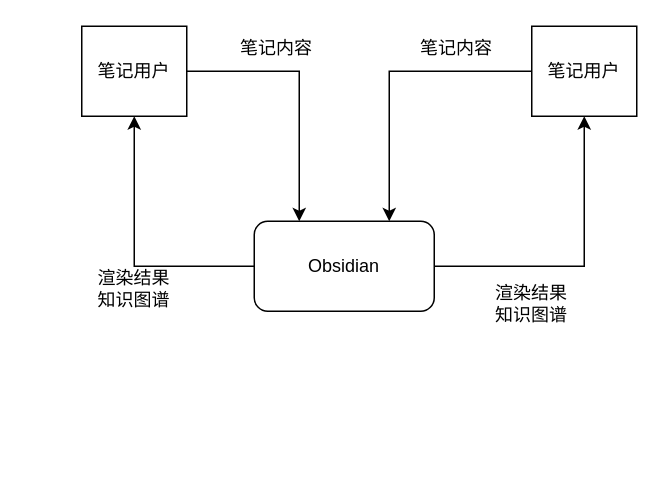
The draw.io diagram obsidian上下文图.drawio in xiangluanliang/xiangluanliang.github.io, before the edit. Source tidied: cells renumbered, new cells numbered last; positions are measured from the earlier drawing's top-left corner, leaving out a move shared by most shapes. Both pictures are drawn from the tidied source at 150%, with x=0, y=0 at pixel (81, 26).
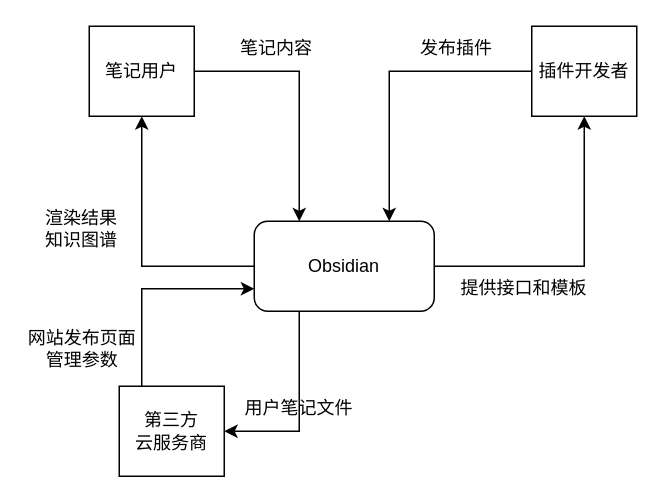
The same diagram, later.

The change refers to these unchanged cells:
```xml
<mxCell id="2" value="Obsidian" style="rounded=1;whiteSpace=wrap;html=1;" parent="1" vertex="1">
  <mxGeometry x="115" y="130" width="120" height="60" as="geometry" />
</mxCell>
```

The edit, as a diff of the source:
```diff
@@
     <mxCell id="3" value="笔记用户" style="rounded=0;whiteSpace=wrap;html=1;" parent="1" vertex="1">
-      <mxGeometry width="70" height="60" as="geometry" />
+      <mxGeometry x="5" width="70" height="60" as="geometry" />
     </mxCell>
@@
     <mxCell id="6" style="endArrow=classic;html=1;rounded=0;exitX=0;exitY=0.5;exitDx=0;exitDy=0;entryX=0.5;entryY=1;entryDx=0;entryDy=0;" parent="1" edge="1" source="2" target="3">
       <mxGeometry relative="1" as="geometry">
         <Array as="points">
-          <mxPoint x="35" y="160" />
+          <mxPoint x="40" y="160" />
         </Array>
       </mxGeometry>
     </mxCell>
     <mxCell id="7" value="渲染结果&lt;div&gt;知识图谱&lt;/div&gt;" style="text;html=1;align=center;verticalAlign=middle;whiteSpace=wrap;rounded=0;" parent="1" vertex="1">
-      <mxGeometry x="5" y="160" width="60" height="30" as="geometry" />
+      <mxGeometry x="-30" y="120" width="60" height="30" as="geometry" />
     </mxCell>
-    <mxCell id="8" value="笔记用户" style="rounded=0;whiteSpace=wrap;html=1;" parent="1" vertex="1">
+    <mxCell id="8" value="插件开发者" style="rounded=0;whiteSpace=wrap;html=1;" parent="1" vertex="1">
       <mxGeometry x="300" width="70" height="60" as="geometry" />
     </mxCell>
@@
-    <mxCell id="10" value="笔记内容" style="text;html=1;align=center;verticalAlign=middle;whiteSpace=wrap;rounded=0;" parent="1" vertex="1">
+    <mxCell id="10" value="发布插件" style="text;html=1;align=center;verticalAlign=middle;whiteSpace=wrap;rounded=0;" parent="1" vertex="1">
       <mxGeometry x="220" width="60" height="30" as="geometry" />
     </mxCell>
@@
-    <mxCell id="12" value="渲染结果&lt;div&gt;知识图谱&lt;/div&gt;" style="text;html=1;align=center;verticalAlign=middle;whiteSpace=wrap;rounded=0;" parent="1" vertex="1">
-      <mxGeometry x="270" y="170" width="60" height="30" as="geometry" />
+    <mxCell id="12" value="提供接口和模板" style="text;html=1;align=center;verticalAlign=middle;whiteSpace=wrap;rounded=0;" parent="1" vertex="1">
+      <mxGeometry x="250" y="160" width="90" height="30" as="geometry" />
     </mxCell>
+    <mxCell id="13" value="第三方&lt;div&gt;云服务商&lt;/div&gt;" style="rounded=0;whiteSpace=wrap;html=1;" parent="1" vertex="1">
+      <mxGeometry x="25" y="240" width="70" height="60" as="geometry" />
+    </mxCell>
+    <mxCell id="14" style="endArrow=classic;html=1;rounded=0;entryX=0;entryY=0.75;entryDx=0;entryDy=0;" parent="1" edge="1" target="2">
+      <mxGeometry relative="1" as="geometry">
+        <mxPoint x="40" y="240" as="sourcePoint" />
+        <Array as="points">
+          <mxPoint x="40" y="175" />
+        </Array>
+      </mxGeometry>
+    </mxCell>
+    <mxCell id="15" value="网站发布页面&lt;div&gt;管理参数&lt;/div&gt;" style="text;html=1;align=center;verticalAlign=middle;whiteSpace=wrap;rounded=0;" parent="1" vertex="1">
+      <mxGeometry x="-37.5" y="200" width="75" height="30" as="geometry" />
+    </mxCell>
+    <mxCell id="16" style="endArrow=classic;html=1;rounded=0;exitX=0.25;exitY=1;exitDx=0;exitDy=0;entryX=1;entryY=0.5;entryDx=0;entryDy=0;" parent="1" edge="1" source="2" target="13">
+      <mxGeometry relative="1" as="geometry">
+        <Array as="points">
+          <mxPoint x="145" y="270" />
+        </Array>
+      </mxGeometry>
+    </mxCell>
+    <mxCell id="17" value="用户笔记文件" style="text;html=1;align=center;verticalAlign=middle;whiteSpace=wrap;rounded=0;" parent="1" vertex="1">
+      <mxGeometry x="100" y="240" width="90" height="30" as="geometry" />
+    </mxCell>
```
